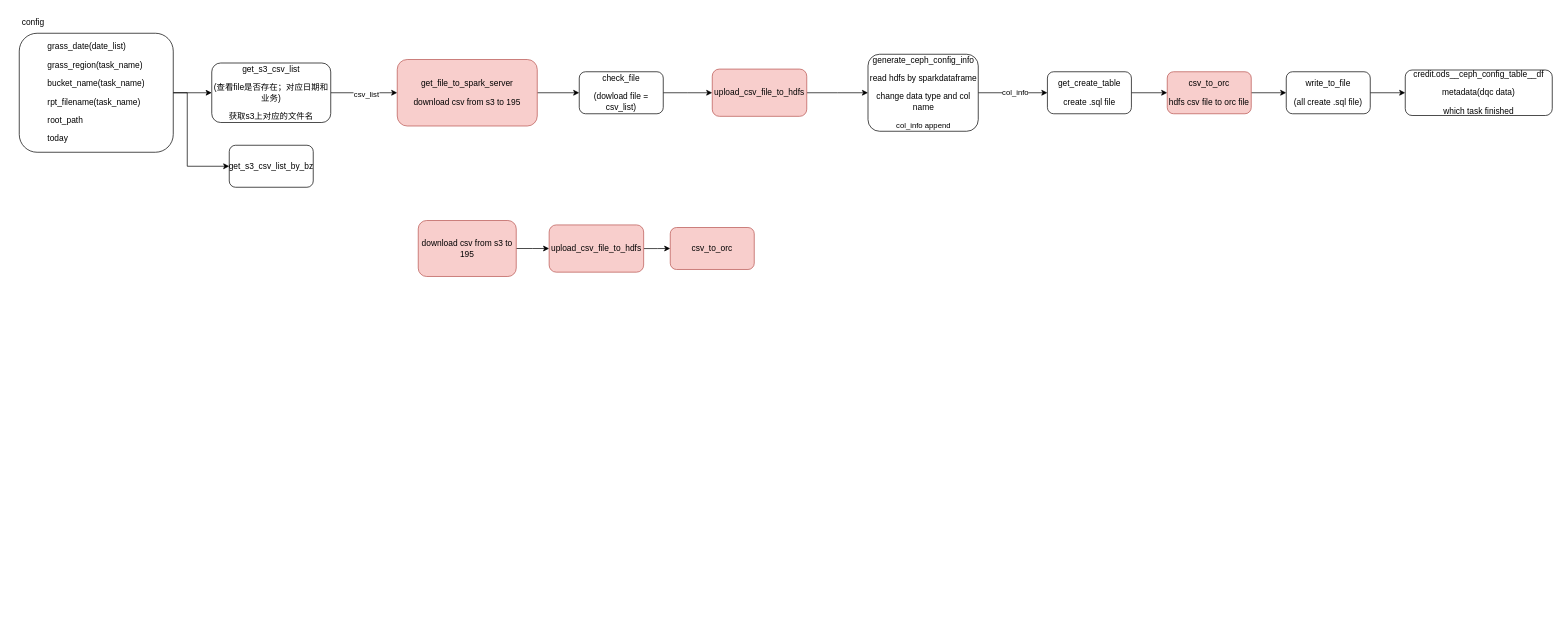
Earlier version of the draw.io diagram s3file.drawio (a490888602/draw). Source tidied: cells renumbered, new cells numbered last; positions are measured from the earlier drawing's top-left corner, leaving out a move shared by most shapes. Both pictures are drawn from the tidied source at 70%, with x=0, y=0 at pixel (12, 12).
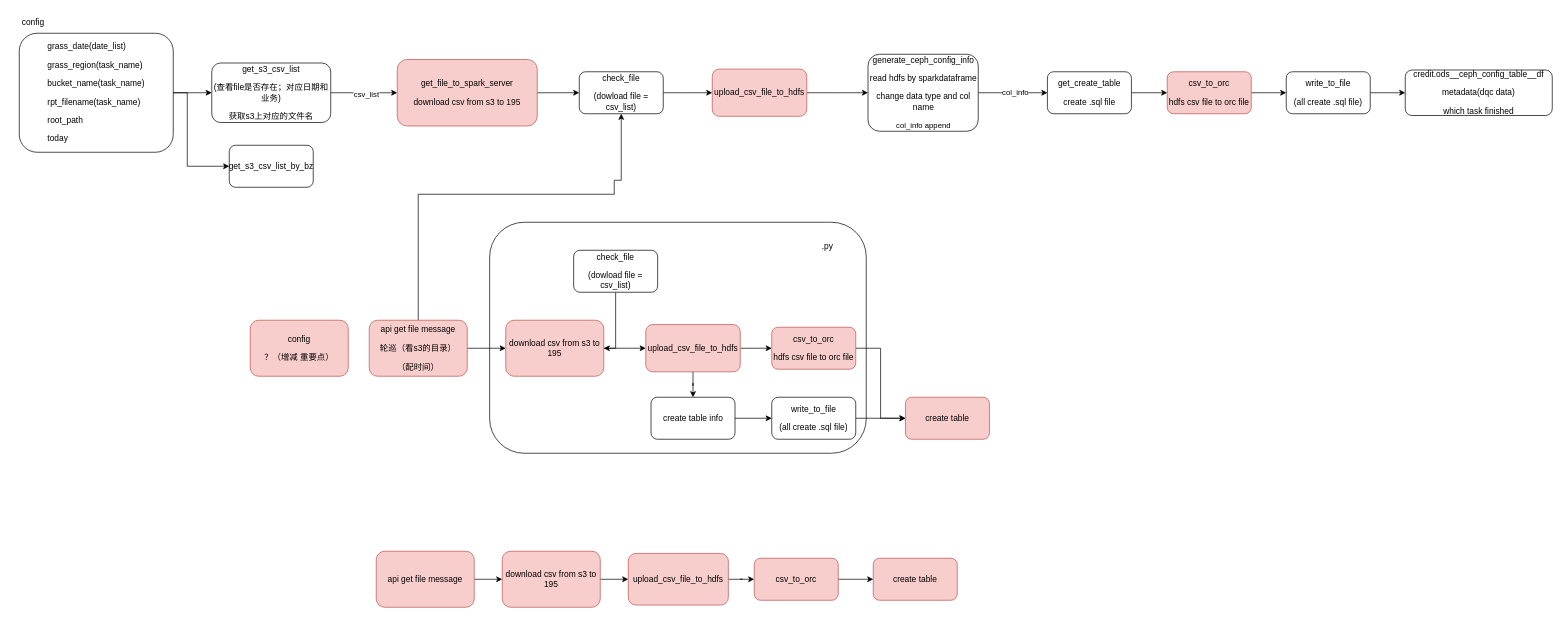
The same diagram, later.

Unchanged cells that the change refers to:
```xml
<mxCell id="13" value="&lt;p&gt;check_file&lt;/p&gt;&lt;p&gt;(dowload file = csv_list)&lt;/p&gt;" style="whiteSpace=wrap;html=1;rounded=1;" parent="1" vertex="1">
  <mxGeometry x="810" y="85" width="120" height="60" as="geometry" />
</mxCell>
```

Change to the diagram source:
```diff
@@
+    <mxCell id="31" style="rounded=1;whiteSpace=wrap;html=1;" parent="1" vertex="1">
+      <mxGeometry x="682" y="300" width="538" height="330" as="geometry" />
+    </mxCell>
@@
     <mxCell id="27" value="&lt;p&gt;&lt;span style=&quot;background-color: initial;&quot;&gt;download csv from s3 to 195&lt;/span&gt;&lt;br&gt;&lt;/p&gt;" style="whiteSpace=wrap;html=1;rounded=1;fillColor=#f8cecc;strokeColor=#b85450;" parent="1" vertex="1">
-      <mxGeometry x="580" y="297.5" width="140" height="80" as="geometry" />
+      <mxGeometry x="700" y="770" width="140" height="80" as="geometry" />
     </mxCell>
@@
     <mxCell id="29" value="&lt;p&gt;upload_csv_file_to_hdfs&lt;/p&gt;" style="whiteSpace=wrap;html=1;rounded=1;fillColor=#f8cecc;strokeColor=#b85450;" parent="1" vertex="1">
-      <mxGeometry x="767" y="303.8" width="135" height="67.5" as="geometry" />
+      <mxGeometry x="880" y="773.1" width="143" height="73.8" as="geometry" />
     </mxCell>
+    <mxCell id="32" style="edgeStyle=orthogonalEdgeStyle;rounded=0;jettySize=auto;html=1;" parent="1" edge="1" source="30" target="35">
+      <mxGeometry relative="1" as="geometry" />
+    </mxCell>
     <mxCell id="30" value="&lt;p&gt;csv_to_orc&lt;/p&gt;" style="whiteSpace=wrap;html=1;rounded=1;fillColor=#f8cecc;strokeColor=#b85450;" parent="1" vertex="1">
-      <mxGeometry x="940" y="307.5" width="120" height="60" as="geometry" />
+      <mxGeometry x="1060" y="780" width="120" height="60" as="geometry" />
     </mxCell>
+    <mxCell id="33" style="edgeStyle=orthogonalEdgeStyle;rounded=0;jettySize=auto;html=1;entryX=0;entryY=0.5;entryDx=0;entryDy=0;" parent="1" edge="1" source="34" target="27">
+      <mxGeometry relative="1" as="geometry" />
+    </mxCell>
+    <mxCell id="34" value="&lt;p&gt;&lt;span style=&quot;background-color: initial;&quot;&gt;api get file message&lt;/span&gt;&lt;br&gt;&lt;/p&gt;" style="whiteSpace=wrap;html=1;rounded=1;fillColor=#f8cecc;strokeColor=#b85450;" parent="1" vertex="1">
+      <mxGeometry x="520" y="770" width="140" height="80" as="geometry" />
+    </mxCell>
+    <mxCell id="35" value="&lt;p&gt;create table&lt;/p&gt;" style="whiteSpace=wrap;html=1;rounded=1;fillColor=#f8cecc;strokeColor=#b85450;" parent="1" vertex="1">
+      <mxGeometry x="1230" y="780" width="120" height="60" as="geometry" />
+    </mxCell>
+    <mxCell id="36" style="edgeStyle=orthogonalEdgeStyle;rounded=0;jettySize=auto;html=1;" parent="1" edge="1" source="37" target="47">
+      <mxGeometry relative="1" as="geometry" />
+    </mxCell>
+    <mxCell id="37" value="create table info" style="whiteSpace=wrap;html=1;rounded=1;" parent="1" vertex="1">
+      <mxGeometry x="912.5" y="550" width="120" height="60" as="geometry" />
+    </mxCell>
+    <mxCell id="38" style="edgeStyle=orthogonalEdgeStyle;rounded=0;jettySize=auto;html=1;" parent="1" edge="1" source="39" target="43">
+      <mxGeometry relative="1" as="geometry" />
+    </mxCell>
+    <mxCell id="39" value="&lt;p&gt;&lt;span style=&quot;background-color: initial;&quot;&gt;download csv from s3 to 195&lt;/span&gt;&lt;br&gt;&lt;/p&gt;" style="whiteSpace=wrap;html=1;rounded=1;fillColor=#f8cecc;strokeColor=#b85450;" parent="1" vertex="1">
+      <mxGeometry x="705" y="440" width="140" height="80" as="geometry" />
+    </mxCell>
+    <mxCell id="40" value="&lt;p&gt;config&lt;br&gt;&lt;/p&gt;&lt;p&gt;？（增减 重要点）&lt;/p&gt;" style="whiteSpace=wrap;html=1;rounded=1;fillColor=#f8cecc;strokeColor=#b85450;" parent="1" vertex="1">
+      <mxGeometry x="340" y="440" width="140" height="80" as="geometry" />
+    </mxCell>
+    <mxCell id="41" style="edgeStyle=orthogonalEdgeStyle;rounded=0;jettySize=auto;html=1;" parent="1" edge="1" source="43" target="37">
+      <mxGeometry relative="1" as="geometry" />
+    </mxCell>
+    <mxCell id="42" style="edgeStyle=orthogonalEdgeStyle;rounded=0;jettySize=auto;html=1;" parent="1" edge="1" source="43" target="45">
+      <mxGeometry relative="1" as="geometry" />
+    </mxCell>
+    <mxCell id="43" value="&lt;p&gt;upload_csv_file_to_hdfs&lt;/p&gt;" style="whiteSpace=wrap;html=1;rounded=1;fillColor=#f8cecc;strokeColor=#b85450;" parent="1" vertex="1">
+      <mxGeometry x="905" y="446.2" width="135" height="67.5" as="geometry" />
+    </mxCell>
+    <mxCell id="44" style="edgeStyle=orthogonalEdgeStyle;rounded=0;jettySize=auto;html=1;entryX=0;entryY=0.5;entryDx=0;entryDy=0;" parent="1" edge="1" source="45" target="48">
+      <mxGeometry relative="1" as="geometry" />
+    </mxCell>
+    <mxCell id="45" value="&lt;p&gt;csv_to_orc&lt;/p&gt;&lt;p&gt;hdfs csv file to orc file&lt;/p&gt;" style="whiteSpace=wrap;html=1;rounded=1;fillColor=#f8cecc;strokeColor=#b85450;" parent="1" vertex="1">
+      <mxGeometry x="1085" y="450" width="120" height="60" as="geometry" />
+    </mxCell>
+    <mxCell id="46" style="edgeStyle=orthogonalEdgeStyle;rounded=0;jettySize=auto;html=1;" parent="1" edge="1" source="47" target="48">
+      <mxGeometry relative="1" as="geometry" />
+    </mxCell>
+    <mxCell id="47" value="&lt;p&gt;write_to_file&lt;/p&gt;&lt;p&gt;(all create .sql file)&lt;/p&gt;" style="whiteSpace=wrap;html=1;rounded=1;" parent="1" vertex="1">
+      <mxGeometry x="1085" y="550" width="120" height="60" as="geometry" />
+    </mxCell>
+    <mxCell id="48" value="&lt;p&gt;create table&lt;/p&gt;" style="whiteSpace=wrap;html=1;rounded=1;fillColor=#f8cecc;strokeColor=#b85450;" parent="1" vertex="1">
+      <mxGeometry x="1276" y="550" width="120" height="60" as="geometry" />
+    </mxCell>
+    <mxCell id="49" style="edgeStyle=orthogonalEdgeStyle;rounded=0;jettySize=auto;html=1;entryX=0;entryY=0.5;entryDx=0;entryDy=0;" parent="1" edge="1" source="51" target="39">
+      <mxGeometry relative="1" as="geometry" />
+    </mxCell>
+    <mxCell id="50" style="edgeStyle=orthogonalEdgeStyle;rounded=0;jettySize=auto;html=1;entryX=0.5;entryY=1;entryDx=0;entryDy=0;" parent="1" edge="1" source="51" target="13">
+      <mxGeometry relative="1" as="geometry">
+        <Array as="points">
+          <mxPoint x="580" y="260" />
+          <mxPoint x="860" y="260" />
+          <mxPoint x="860" y="240" />
+          <mxPoint x="870" y="240" />
+        </Array>
+      </mxGeometry>
+    </mxCell>
+    <mxCell id="51" value="&lt;p&gt;&lt;span style=&quot;background-color: initial;&quot;&gt;api get file message&lt;/span&gt;&lt;/p&gt;&lt;p&gt;&lt;span style=&quot;background-color: initial;&quot;&gt;轮巡（看s3的目录）&lt;/span&gt;&lt;/p&gt;&lt;p&gt;&lt;span style=&quot;background-color: initial;&quot;&gt;（配时间）&lt;/span&gt;&lt;/p&gt;" style="whiteSpace=wrap;html=1;rounded=1;fillColor=#f8cecc;strokeColor=#b85450;" parent="1" vertex="1">
+      <mxGeometry x="510" y="440" width="140" height="80" as="geometry" />
+    </mxCell>
+    <mxCell id="52" style="edgeStyle=orthogonalEdgeStyle;rounded=0;jettySize=auto;html=1;entryX=1;entryY=0.5;entryDx=0;entryDy=0;" parent="1" edge="1" source="53" target="39">
+      <mxGeometry relative="1" as="geometry">
+        <Array as="points">
+          <mxPoint x="862" y="480" />
+        </Array>
+      </mxGeometry>
+    </mxCell>
+    <mxCell id="53" value="&lt;p&gt;check_file&lt;/p&gt;&lt;p&gt;(dowload file = csv_list)&lt;/p&gt;" style="whiteSpace=wrap;html=1;rounded=1;" parent="1" vertex="1">
+      <mxGeometry x="802" y="340" width="120" height="60" as="geometry" />
+    </mxCell>
+    <mxCell id="54" value=".py" style="text;html=1;strokeColor=none;fillColor=none;align=center;verticalAlign=middle;whiteSpace=wrap;rounded=0;" parent="1" vertex="1">
+      <mxGeometry x="1135" y="320" width="60" height="30" as="geometry" />
+    </mxCell>
```
